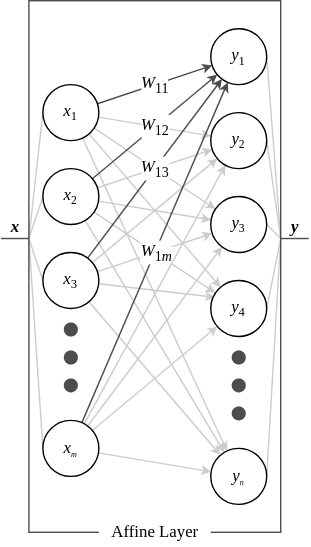
dragoon8192/LaundryTag keeps this draw.io diagram as img/affine.svg. Above is the earlier version. Source tidied: cells renumbered, new cells last; positions are measured from the earlier drawing's top-left corner, leaving out a move shared by most shapes.
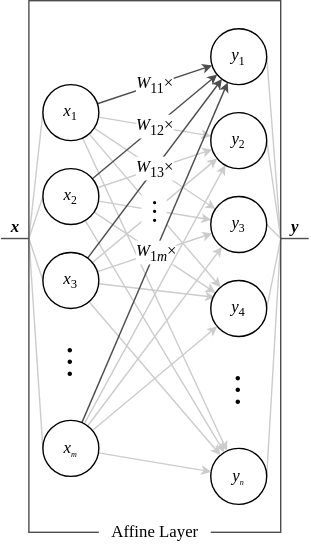
The same diagram one commit later.

What changed in the source:
```diff
@@ -2,6 +2,15 @@
   <root>
     <mxCell id="0" />
     <mxCell id="1" parent="0" />
+    <mxCell id="28" style="endArrow=classic;html=1;rounded=0;labelBackgroundColor=default;sketch=0;strokeColor=#CCCCCC;strokeWidth=1;fontFamily=Times New Roman;fontSize=12;fontColor=default;startSize=4;endSize=4;sourcePerimeterSpacing=0;targetPerimeterSpacing=0;shape=connector;jumpStyle=none;jumpSize=4;" parent="1" edge="1" source="46" target="52">
+      <mxGeometry relative="1" as="geometry" />
+    </mxCell>
+    <mxCell id="33" style="endArrow=classic;html=1;rounded=0;labelBackgroundColor=default;sketch=0;strokeColor=#CCCCCC;strokeWidth=1;fontFamily=Times New Roman;fontSize=12;fontColor=default;startSize=4;endSize=4;sourcePerimeterSpacing=0;targetPerimeterSpacing=0;shape=connector;jumpStyle=none;jumpSize=4;" parent="1" edge="1" source="48" target="51">
+      <mxGeometry relative="1" as="geometry" />
+    </mxCell>
+    <mxCell id="30" style="endArrow=classic;html=1;rounded=0;labelBackgroundColor=default;sketch=0;strokeColor=#CCCCCC;strokeWidth=1;fontFamily=Times New Roman;fontSize=12;fontColor=default;startSize=4;endSize=4;sourcePerimeterSpacing=0;targetPerimeterSpacing=0;shape=connector;jumpStyle=none;jumpSize=4;" parent="1" edge="1" source="47" target="53">
+      <mxGeometry relative="1" as="geometry" />
+    </mxCell>
     <mxCell id="2" style="endArrow=none;html=1;rounded=0;strokeColor=#CCCCCC;entryX=1;entryY=0.5;entryDx=0;entryDy=0;" parent="1" edge="1" target="50">
       <mxGeometry relative="1" as="geometry">
         <mxPoint x="200" y="170" as="sourcePoint" />
@@ -47,7 +56,7 @@
         <mxPoint x="20" y="170" as="sourcePoint" />
       </mxGeometry>
     </mxCell>
-    <mxCell id="11" style="group;" parent="1" vertex="1">
+    <mxCell id="11" style="group;labelBackgroundColor=none;spacing=0;" parent="1" vertex="1">
       <mxGeometry x="20" width="180" height="390" as="geometry" />
     </mxCell>
     <mxCell id="12" style="rounded=0;whiteSpace=wrap;html=1;strokeWidth=1;fontFamily=Times New Roman;fontSize=12;fontColor=default;fillColor=none;strokeColor=#4D4D4D;" parent="11" vertex="1">
@@ -59,31 +68,16 @@
     <mxCell id="14" value="&lt;font face=&quot;Times New Roman&quot;&gt;&lt;i style=&quot;font-size: 12px;&quot;&gt;y&lt;/i&gt;&lt;i style=&quot;font-size: 6.94444px;&quot;&gt;&lt;sub&gt;n&lt;/sub&gt;&lt;/i&gt;&lt;/font&gt;" style="ellipse;whiteSpace=wrap;html=1;" parent="11" vertex="1">
       <mxGeometry x="130" y="320" width="40" height="40" as="geometry" />
     </mxCell>
-    <mxCell id="15" style="group;" parent="1" vertex="1">
-      <mxGeometry x="45" y="230" width="10" height="50" as="geometry" />
-    </mxCell>
-    <mxCell id="16" style="ellipse;whiteSpace=wrap;html=1;strokeWidth=0;fontFamily=Times New Roman;fontSize=12;fillColor=#4D4D4D;" parent="15" vertex="1">
-      <mxGeometry width="10" height="10" as="geometry" />
-    </mxCell>
-    <mxCell id="17" style="ellipse;whiteSpace=wrap;html=1;strokeWidth=0;fontFamily=Times New Roman;fontSize=12;fillColor=#4D4D4D;" parent="15" vertex="1">
-      <mxGeometry y="20" width="10" height="10" as="geometry" />
-    </mxCell>
-    <mxCell id="18" style="ellipse;whiteSpace=wrap;html=1;strokeWidth=0;fontFamily=Times New Roman;fontSize=12;fillColor=#4D4D4D;" parent="15" vertex="1">
-      <mxGeometry y="40" width="10" height="10" as="geometry" />
-    </mxCell>
-    <mxCell id="19" style="group;" parent="1" vertex="1">
-      <mxGeometry x="165" y="250" width="10" height="50" as="geometry" />
-    </mxCell>
-    <mxCell id="20" style="ellipse;whiteSpace=wrap;html=1;strokeWidth=0;fontFamily=Times New Roman;fontSize=12;fillColor=#4D4D4D;" parent="19" vertex="1">
-      <mxGeometry width="10" height="10" as="geometry" />
-    </mxCell>
-    <mxCell id="21" style="ellipse;whiteSpace=wrap;html=1;strokeWidth=0;fontFamily=Times New Roman;fontSize=12;fillColor=#4D4D4D;" parent="19" vertex="1">
-      <mxGeometry y="20" width="10" height="10" as="geometry" />
-    </mxCell>
-    <mxCell id="22" style="ellipse;whiteSpace=wrap;html=1;strokeWidth=0;fontFamily=Times New Roman;fontSize=12;fillColor=#4D4D4D;" parent="19" vertex="1">
-      <mxGeometry y="40" width="10" height="10" as="geometry" />
-    </mxCell>
+    <mxCell id="54" value="&lt;span style=&quot;color: rgb(0, 0, 0); font-family: &amp;quot;Times New Roman&amp;quot;; font-size: 24px; font-style: normal; font-variant-ligatures: normal; font-variant-caps: normal; font-weight: 400; letter-spacing: normal; orphans: 2; text-indent: 0px; text-transform: none; widows: 2; word-spacing: 0px; -webkit-text-stroke-width: 0px; text-decoration-thickness: initial; text-decoration-style: initial; text-decoration-color: initial; float: none; display: inline !important;&quot;&gt;︙&lt;/span&gt;" style="text;whiteSpace=wrap;html=1;fontFamily=Times New Roman;align=center;verticalAlign=middle;fontSize=24;labelBackgroundColor=none;" parent="11" vertex="1">
+      <mxGeometry x="20" y="240" width="20" height="40" as="geometry" />
+    </mxCell>
+    <mxCell id="55" value="&lt;span style=&quot;color: rgb(0, 0, 0); font-family: &amp;quot;Times New Roman&amp;quot;; font-size: 24px; font-style: normal; font-variant-ligatures: normal; font-variant-caps: normal; font-weight: 400; letter-spacing: normal; orphans: 2; text-indent: 0px; text-transform: none; widows: 2; word-spacing: 0px; -webkit-text-stroke-width: 0px; text-decoration-thickness: initial; text-decoration-style: initial; text-decoration-color: initial; float: none; display: inline !important;&quot;&gt;︙&lt;/span&gt;" style="text;whiteSpace=wrap;html=1;fontFamily=Times New Roman;align=center;verticalAlign=middle;fontSize=24;labelBackgroundColor=none;" parent="11" vertex="1">
+      <mxGeometry x="140" y="260" width="20" height="40" as="geometry" />
+    </mxCell>
+    <mxCell id="56" value="&lt;span style=&quot;color: rgb(0, 0, 0); font-family: &amp;quot;Times New Roman&amp;quot;; font-style: normal; font-variant-ligatures: normal; font-variant-caps: normal; font-weight: 400; letter-spacing: normal; orphans: 2; text-indent: 0px; text-transform: none; widows: 2; word-spacing: 0px; -webkit-text-stroke-width: 0px; text-decoration-thickness: initial; text-decoration-style: initial; text-decoration-color: initial; float: none; display: inline !important;&quot;&gt;&lt;font style=&quot;font-size: 18px;&quot;&gt;︙&lt;/font&gt;&lt;/span&gt;" style="text;whiteSpace=wrap;html=1;fontFamily=Times New Roman;align=center;verticalAlign=middle;fontSize=24;spacing=0;labelBackgroundColor=default;" parent="11" vertex="1">
+      <mxGeometry x="80" y="130" width="20" height="40" as="geometry" />
+    </mxCell>
-    <mxCell id="23" value="&lt;span style=&quot;font-size: 12px;&quot;&gt;&lt;i style=&quot;&quot;&gt;W&lt;/i&gt;&lt;/span&gt;&lt;sub&gt;11&lt;/sub&gt;" style="endArrow=classic;html=1;rounded=0;labelBackgroundColor=default;sketch=0;strokeColor=#4D4D4D;strokeWidth=1;fontFamily=Times New Roman;fontSize=12;fontColor=default;startSize=4;endSize=4;sourcePerimeterSpacing=0;targetPerimeterSpacing=0;shape=connector;jumpStyle=none;jumpSize=4;" parent="1" edge="1" source="46" target="50">
+    <mxCell id="23" value="&lt;span style=&quot;font-size: 12px;&quot;&gt;&lt;i style=&quot;&quot;&gt;W&lt;/i&gt;&lt;/span&gt;&lt;sub&gt;11&lt;/sub&gt;×" style="endArrow=classic;html=1;rounded=0;labelBackgroundColor=default;sketch=0;strokeColor=#4D4D4D;strokeWidth=1;fontFamily=Times New Roman;fontSize=12;fontColor=default;startSize=4;endSize=4;sourcePerimeterSpacing=0;targetPerimeterSpacing=0;shape=connector;jumpStyle=none;jumpSize=4;" parent="1" edge="1" source="46" target="50">
       <mxGeometry relative="1" as="geometry" />
     </mxCell>
     <mxCell id="24" style="endArrow=classic;html=1;rounded=0;labelBackgroundColor=default;sketch=0;strokeColor=#CCCCCC;strokeWidth=1;fontFamily=Times New Roman;fontSize=12;fontColor=default;startSize=4;endSize=4;sourcePerimeterSpacing=0;targetPerimeterSpacing=0;shape=connector;jumpStyle=none;jumpSize=4;" parent="1" edge="1" source="47" target="51">
@@ -98,24 +92,15 @@
     <mxCell id="27" style="endArrow=classic;html=1;rounded=0;labelBackgroundColor=default;sketch=0;strokeColor=#CCCCCC;strokeWidth=1;fontFamily=Times New Roman;fontSize=12;fontColor=default;startSize=4;endSize=4;sourcePerimeterSpacing=0;targetPerimeterSpacing=0;shape=connector;jumpStyle=none;jumpSize=4;" parent="1" edge="1" source="46" target="53">
       <mxGeometry relative="1" as="geometry" />
     </mxCell>
-    <mxCell id="28" style="endArrow=classic;html=1;rounded=0;labelBackgroundColor=default;sketch=0;strokeColor=#CCCCCC;strokeWidth=1;fontFamily=Times New Roman;fontSize=12;fontColor=default;startSize=4;endSize=4;sourcePerimeterSpacing=0;targetPerimeterSpacing=0;shape=connector;jumpStyle=none;jumpSize=4;" parent="1" edge="1" source="46" target="52">
-      <mxGeometry relative="1" as="geometry" />
-    </mxCell>
     <mxCell id="29" style="endArrow=classic;html=1;rounded=0;labelBackgroundColor=default;sketch=0;strokeColor=#CCCCCC;strokeWidth=1;fontFamily=Times New Roman;fontSize=12;fontColor=default;startSize=4;endSize=4;sourcePerimeterSpacing=0;targetPerimeterSpacing=0;shape=connector;jumpStyle=none;jumpSize=4;" parent="1" edge="1" source="46" target="14">
       <mxGeometry relative="1" as="geometry" />
     </mxCell>
-    <mxCell id="30" style="endArrow=classic;html=1;rounded=0;labelBackgroundColor=default;sketch=0;strokeColor=#CCCCCC;strokeWidth=1;fontFamily=Times New Roman;fontSize=12;fontColor=default;startSize=4;endSize=4;sourcePerimeterSpacing=0;targetPerimeterSpacing=0;shape=connector;jumpStyle=none;jumpSize=4;" parent="1" edge="1" source="47" target="53">
-      <mxGeometry relative="1" as="geometry" />
-    </mxCell>
     <mxCell id="31" style="endArrow=classic;html=1;rounded=0;labelBackgroundColor=default;sketch=0;strokeColor=#CCCCCC;strokeWidth=1;fontFamily=Times New Roman;fontSize=12;fontColor=default;startSize=4;endSize=4;sourcePerimeterSpacing=0;targetPerimeterSpacing=0;shape=connector;jumpStyle=none;jumpSize=4;" parent="1" edge="1" source="47" target="52">
       <mxGeometry relative="1" as="geometry" />
     </mxCell>
     <mxCell id="32" style="endArrow=classic;html=1;rounded=0;labelBackgroundColor=default;sketch=0;strokeColor=#CCCCCC;strokeWidth=1;fontFamily=Times New Roman;fontSize=12;fontColor=default;startSize=4;endSize=4;sourcePerimeterSpacing=0;targetPerimeterSpacing=0;shape=connector;jumpStyle=none;jumpSize=4;" parent="1" edge="1" source="47" target="14">
       <mxGeometry relative="1" as="geometry" />
     </mxCell>
-    <mxCell id="33" style="endArrow=classic;html=1;rounded=0;labelBackgroundColor=default;sketch=0;strokeColor=#CCCCCC;strokeWidth=1;fontFamily=Times New Roman;fontSize=12;fontColor=default;startSize=4;endSize=4;sourcePerimeterSpacing=0;targetPerimeterSpacing=0;shape=connector;jumpStyle=none;jumpSize=4;" parent="1" edge="1" source="48" target="51">
-      <mxGeometry relative="1" as="geometry" />
-    </mxCell>
     <mxCell id="34" style="endArrow=classic;html=1;rounded=0;labelBackgroundColor=default;sketch=0;strokeColor=#CCCCCC;strokeWidth=1;fontFamily=Times New Roman;fontSize=12;fontColor=default;startSize=4;endSize=4;sourcePerimeterSpacing=0;targetPerimeterSpacing=0;shape=connector;jumpStyle=none;jumpSize=4;entryX=0.074;entryY=0.301;entryDx=0;entryDy=0;entryPerimeter=0;" parent="1" edge="1" source="48" target="52">
       <mxGeometry relative="1" as="geometry" />
     </mxCell>
@@ -125,7 +110,7 @@
     <mxCell id="36" style="endArrow=classic;html=1;rounded=0;labelBackgroundColor=default;sketch=0;strokeColor=#4D4D4D;strokeWidth=1;fontFamily=Times New Roman;fontSize=12;fontColor=default;startSize=4;endSize=4;sourcePerimeterSpacing=0;targetPerimeterSpacing=0;shape=connector;jumpStyle=none;jumpSize=4;" parent="1" edge="1" source="49" target="50">
       <mxGeometry relative="1" as="geometry" />
     </mxCell>
-    <mxCell id="37" value="&lt;i&gt;W&lt;/i&gt;&lt;sub&gt;1&lt;i&gt;m&lt;/i&gt;&lt;/sub&gt;" style="edgeLabel;html=1;align=center;verticalAlign=middle;fontSize=12;fontFamily=Times New Roman;fontColor=default;" parent="36" vertex="1">
+    <mxCell id="37" value="&lt;i&gt;W&lt;/i&gt;&lt;sub&gt;1&lt;i&gt;m&lt;/i&gt;&lt;/sub&gt;×" style="edgeLabel;html=1;align=center;verticalAlign=middle;fontSize=12;fontFamily=Times New Roman;fontColor=default;" parent="36" vertex="1">
       <mxGeometry x="0.1" y="-1" relative="1" as="geometry">
         <mxPoint x="-6" y="12" as="offset" />
       </mxGeometry>
@@ -151,10 +136,10 @@
         </Array>
       </mxGeometry>
     </mxCell>
-    <mxCell id="43" value="&lt;i&gt;W&lt;/i&gt;&lt;sub&gt;12&lt;/sub&gt;" style="endArrow=classic;html=1;rounded=0;labelBackgroundColor=default;sketch=0;strokeColor=#4D4D4D;strokeWidth=1;fontFamily=Times New Roman;fontSize=12;fontColor=default;startSize=4;endSize=4;sourcePerimeterSpacing=0;targetPerimeterSpacing=0;shape=connector;jumpStyle=none;jumpSize=4;" parent="1" edge="1" source="47" target="50">
+    <mxCell id="43" value="&lt;i&gt;W&lt;/i&gt;&lt;sub&gt;12&lt;/sub&gt;×" style="endArrow=classic;html=1;rounded=0;labelBackgroundColor=default;sketch=0;strokeColor=#4D4D4D;strokeWidth=1;fontFamily=Times New Roman;fontSize=12;fontColor=default;startSize=4;endSize=4;sourcePerimeterSpacing=0;targetPerimeterSpacing=0;shape=connector;jumpStyle=none;jumpSize=4;" parent="1" edge="1" source="47" target="50">
       <mxGeometry relative="1" as="geometry" />
     </mxCell>
-    <mxCell id="44" value="&lt;i&gt;W&lt;/i&gt;&lt;sub&gt;13&lt;/sub&gt;" style="endArrow=classic;html=1;rounded=0;labelBackgroundColor=default;sketch=0;strokeColor=#4D4D4D;strokeWidth=1;fontFamily=Times New Roman;fontSize=12;fontColor=default;startSize=4;endSize=4;sourcePerimeterSpacing=0;targetPerimeterSpacing=0;shape=connector;jumpStyle=none;jumpSize=4;" parent="1" edge="1" source="48" target="50">
+    <mxCell id="44" value="&lt;i&gt;W&lt;/i&gt;&lt;sub&gt;13&lt;/sub&gt;×" style="endArrow=classic;html=1;rounded=0;labelBackgroundColor=default;sketch=0;strokeColor=#4D4D4D;strokeWidth=1;fontFamily=Times New Roman;fontSize=12;fontColor=default;startSize=4;endSize=4;sourcePerimeterSpacing=0;targetPerimeterSpacing=0;shape=connector;jumpStyle=none;jumpSize=4;" parent="1" edge="1" source="48" target="50">
       <mxGeometry relative="1" as="geometry" />
     </mxCell>
     <mxCell id="45" value="&lt;b&gt;&lt;i&gt;y&lt;/i&gt;&lt;/b&gt;" style="endArrow=none;html=1;rounded=0;labelBackgroundColor=default;sketch=0;strokeColor=#4D4D4D;strokeWidth=1;fontFamily=Times New Roman;fontSize=12;fontColor=default;startSize=4;endSize=4;sourcePerimeterSpacing=0;targetPerimeterSpacing=0;shape=connector;jumpStyle=none;jumpSize=4;spacing=1;spacingLeft=0;labelBorderColor=none;verticalAlign=bottom;" parent="1" edge="1">
```
